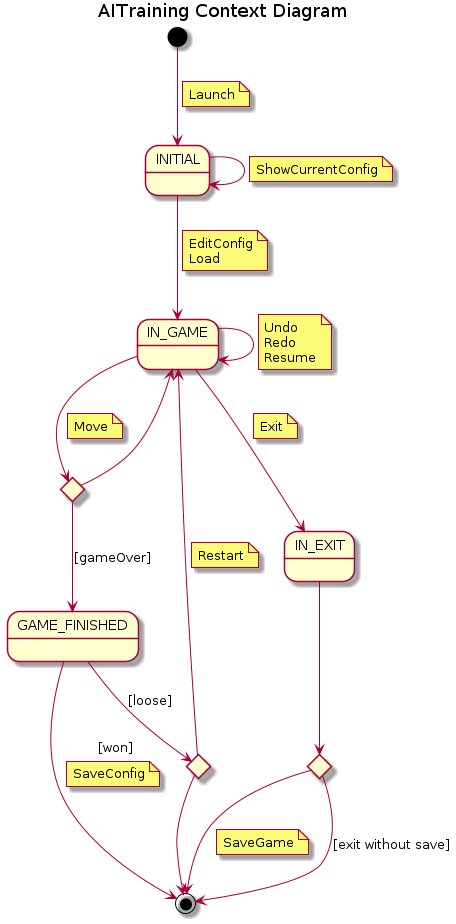
Above: docs/output/use-cases/context/AITrainingContextDiagram.png in Master-Desarrollo-20-21/patrones-diseno---practica-final---juego-de-las-damas-fraylopez (PlantUML), before the change.
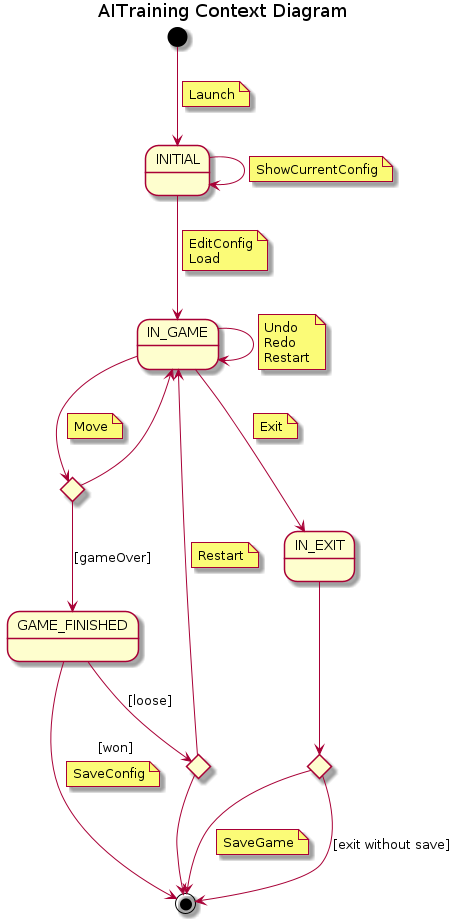
Later version of the same file.

Change to the diagram source:
```diff
@@ -26,7 +26,7 @@
     note on link
         Undo
         Redo
-        Resume
+        Restart
     end note
 
 IN_GAME --> IF3
```
